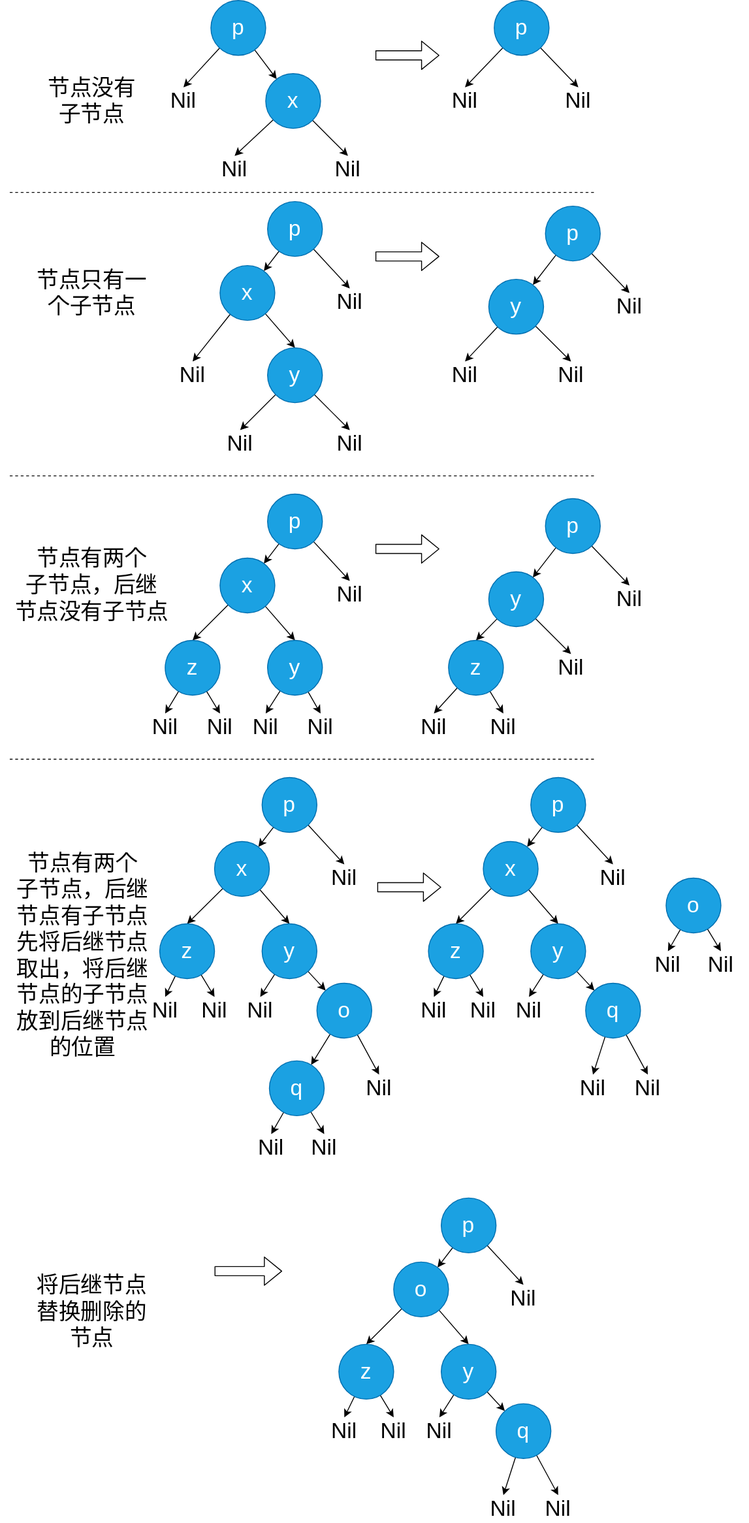
whlit/whlit.github.io keeps this draw.io diagram as docs/data-structure/images/binary-search-tree/delete.drawio.svg. Above is the earlier version. Source tidied: cells renumbered, new cells last; positions are measured from the earlier drawing's top-left corner, leaving out a move shared by most shapes.
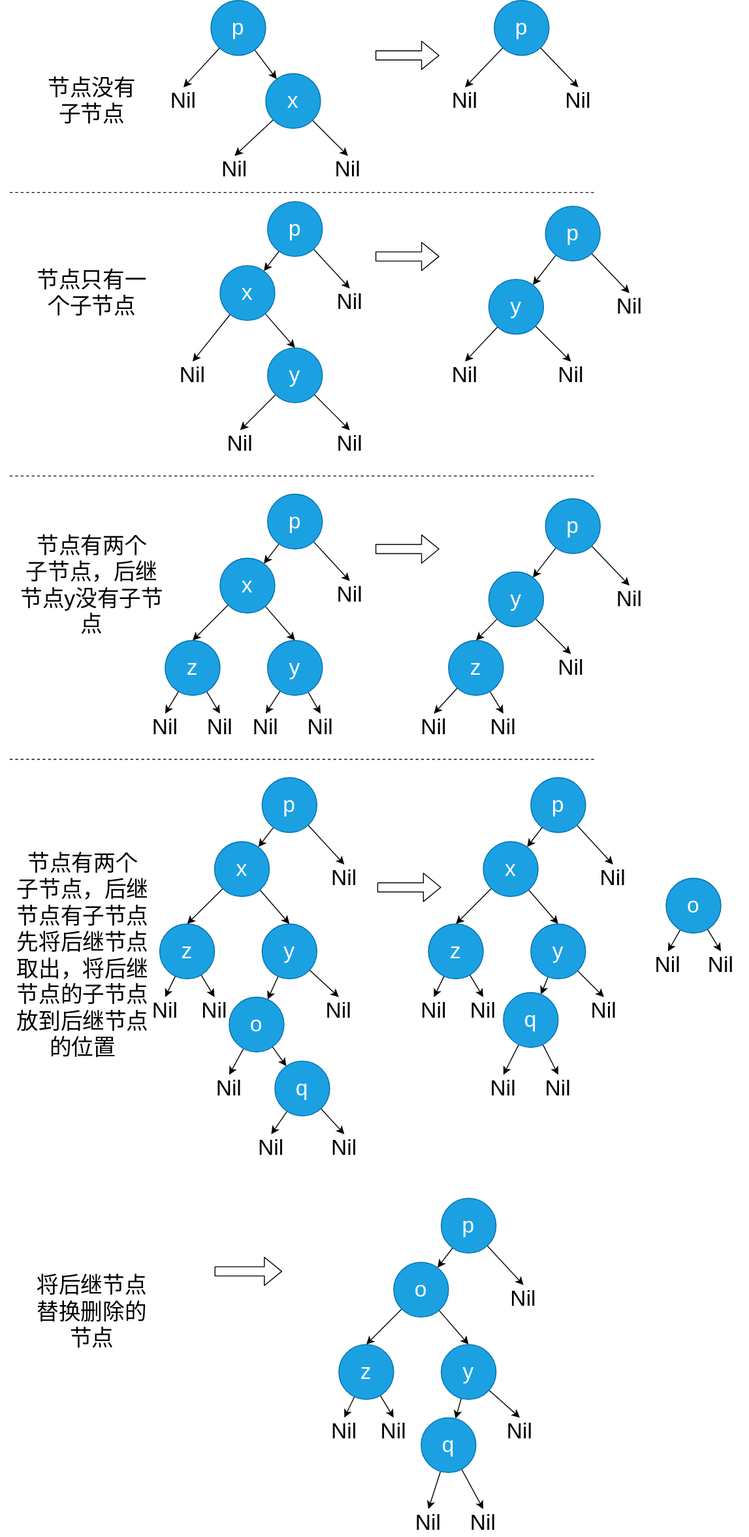
The same file after the commit.

Commit message:
fix: 数据结构-二叉搜索树删除节点的后继节点判断

What changed in the source:
```diff
@@ -249,7 +249,7 @@
       <mxGeometry x="234" y="920" width="60" height="60" as="geometry" />
     </mxCell>
     <mxCell id="79" value="Nil" style="text;html=1;strokeColor=none;fillColor=none;align=center;verticalAlign=middle;whiteSpace=wrap;rounded=0;fontSize=24;" parent="1" vertex="1">
-      <mxGeometry x="254" y="1090" width="60" height="30" as="geometry" />
+      <mxGeometry x="340" y="1090" width="60" height="30" as="geometry" />
     </mxCell>
     <mxCell id="80" value="Nil" style="text;html=1;strokeColor=none;fillColor=none;align=center;verticalAlign=middle;whiteSpace=wrap;rounded=0;fontSize=24;" parent="1" vertex="1">
       <mxGeometry x="346" y="945" width="60" height="30" as="geometry" />
@@ -291,10 +291,10 @@
       <mxGeometry relative="1" as="geometry" />
     </mxCell>
     <mxCell id="92" value="o" style="ellipse;whiteSpace=wrap;html=1;fillColor=#1ba1e2;fontColor=#ffffff;strokeColor=#006EAF;fontSize=24;" parent="1" vertex="1">
-      <mxGeometry x="346" y="1075" width="60" height="60" as="geometry" />
+      <mxGeometry x="250" y="1090" width="60" height="60" as="geometry" />
     </mxCell>
     <mxCell id="93" value="Nil" style="text;html=1;strokeColor=none;fillColor=none;align=center;verticalAlign=middle;whiteSpace=wrap;rounded=0;fontSize=24;" parent="1" vertex="1">
-      <mxGeometry x="384" y="1175" width="60" height="30" as="geometry" />
+      <mxGeometry x="220" y="1175" width="60" height="30" as="geometry" />
     </mxCell>
     <mxCell id="94" style="shape=flexArrow;endArrow=classic;html=1;fontSize=24;" parent="1" edge="1">
       <mxGeometry relative="1" as="geometry">
@@ -309,13 +309,13 @@
       <mxGeometry relative="1" as="geometry" />
     </mxCell>
     <mxCell id="97" value="q" style="ellipse;whiteSpace=wrap;html=1;fillColor=#1ba1e2;fontColor=#ffffff;strokeColor=#006EAF;fontSize=24;" parent="1" vertex="1">
-      <mxGeometry x="294" y="1160" width="60" height="60" as="geometry" />
+      <mxGeometry x="300" y="1160" width="60" height="60" as="geometry" />
     </mxCell>
     <mxCell id="98" value="Nil" style="text;html=1;strokeColor=none;fillColor=none;align=center;verticalAlign=middle;whiteSpace=wrap;rounded=0;fontSize=24;" parent="1" vertex="1">
       <mxGeometry x="266" y="1240" width="60" height="30" as="geometry" />
     </mxCell>
     <mxCell id="99" value="Nil" style="text;html=1;strokeColor=none;fillColor=none;align=center;verticalAlign=middle;whiteSpace=wrap;rounded=0;fontSize=24;" parent="1" vertex="1">
-      <mxGeometry x="324" y="1240" width="60" height="30" as="geometry" />
+      <mxGeometry x="346" y="1240" width="60" height="30" as="geometry" />
     </mxCell>
     <mxCell id="100" style="edgeStyle=none;html=1;fontSize=24;" parent="1" edge="1" source="102" target="105">
       <mxGeometry relative="1" as="geometry" />
@@ -336,7 +336,7 @@
       <mxGeometry x="528" y="920" width="60" height="60" as="geometry" />
     </mxCell>
     <mxCell id="106" value="Nil" style="text;html=1;strokeColor=none;fillColor=none;align=center;verticalAlign=middle;whiteSpace=wrap;rounded=0;fontSize=24;" parent="1" vertex="1">
-      <mxGeometry x="548" y="1090" width="60" height="30" as="geometry" />
+      <mxGeometry x="630" y="1090" width="60" height="30" as="geometry" />
     </mxCell>
     <mxCell id="107" value="Nil" style="text;html=1;strokeColor=none;fillColor=none;align=center;verticalAlign=middle;whiteSpace=wrap;rounded=0;fontSize=24;" parent="1" vertex="1">
       <mxGeometry x="640" y="945" width="60" height="30" as="geometry" />
@@ -372,10 +372,10 @@
       <mxGeometry relative="1" as="geometry" />
     </mxCell>
     <mxCell id="118" value="q" style="ellipse;whiteSpace=wrap;html=1;fillColor=#1ba1e2;fontColor=#ffffff;strokeColor=#006EAF;fontSize=24;" parent="1" vertex="1">
-      <mxGeometry x="640" y="1075" width="60" height="60" as="geometry" />
+      <mxGeometry x="550" y="1085" width="60" height="60" as="geometry" />
     </mxCell>
     <mxCell id="119" value="Nil" style="text;html=1;strokeColor=none;fillColor=none;align=center;verticalAlign=middle;whiteSpace=wrap;rounded=0;fontSize=24;" parent="1" vertex="1">
-      <mxGeometry x="678" y="1175" width="60" height="30" as="geometry" />
+      <mxGeometry x="580" y="1175" width="60" height="30" as="geometry" />
     </mxCell>
     <mxCell id="120" style="edgeStyle=none;html=1;fontSize=24;entryX=0.5;entryY=0;entryDx=0;entryDy=0;" parent="1" edge="1" source="122" target="123">
       <mxGeometry relative="1" as="geometry" />
@@ -399,7 +399,7 @@
       </mxGeometry>
     </mxCell>
     <mxCell id="126" value="Nil" style="text;html=1;strokeColor=none;fillColor=none;align=center;verticalAlign=middle;whiteSpace=wrap;rounded=0;fontSize=24;" parent="1" vertex="1">
-      <mxGeometry x="618" y="1175" width="60" height="30" as="geometry" />
+      <mxGeometry x="520" y="1175" width="60" height="30" as="geometry" />
     </mxCell>
     <mxCell id="127" style="edgeStyle=none;html=1;fontSize=24;" parent="1" edge="1" source="129" target="132">
       <mxGeometry relative="1" as="geometry" />
@@ -420,7 +420,7 @@
       <mxGeometry x="430" y="1380" width="60" height="60" as="geometry" />
     </mxCell>
     <mxCell id="133" value="Nil" style="text;html=1;strokeColor=none;fillColor=none;align=center;verticalAlign=middle;whiteSpace=wrap;rounded=0;fontSize=24;" parent="1" vertex="1">
-      <mxGeometry x="450" y="1550" width="60" height="30" as="geometry" />
+      <mxGeometry x="538" y="1550" width="60" height="30" as="geometry" />
     </mxCell>
     <mxCell id="134" value="Nil" style="text;html=1;strokeColor=none;fillColor=none;align=center;verticalAlign=middle;whiteSpace=wrap;rounded=0;fontSize=24;" parent="1" vertex="1">
       <mxGeometry x="542" y="1405" width="60" height="30" as="geometry" />
@@ -456,13 +456,13 @@
       <mxGeometry relative="1" as="geometry" />
     </mxCell>
     <mxCell id="145" value="q" style="ellipse;whiteSpace=wrap;html=1;fillColor=#1ba1e2;fontColor=#ffffff;strokeColor=#006EAF;fontSize=24;" parent="1" vertex="1">
-      <mxGeometry x="542" y="1535" width="60" height="60" as="geometry" />
+      <mxGeometry x="460" y="1550" width="60" height="60" as="geometry" />
     </mxCell>
     <mxCell id="146" value="Nil" style="text;html=1;strokeColor=none;fillColor=none;align=center;verticalAlign=middle;whiteSpace=wrap;rounded=0;fontSize=24;" parent="1" vertex="1">
-      <mxGeometry x="580" y="1635" width="60" height="30" as="geometry" />
+      <mxGeometry x="498" y="1650" width="60" height="30" as="geometry" />
     </mxCell>
     <mxCell id="147" value="Nil" style="text;html=1;strokeColor=none;fillColor=none;align=center;verticalAlign=middle;whiteSpace=wrap;rounded=0;fontSize=24;" parent="1" vertex="1">
-      <mxGeometry x="520" y="1635" width="60" height="30" as="geometry" />
+      <mxGeometry x="438" y="1650" width="60" height="30" as="geometry" />
     </mxCell>
     <mxCell id="148" value="节点没有&lt;br&gt;子节点" style="text;html=1;strokeColor=none;fillColor=none;align=center;verticalAlign=middle;whiteSpace=wrap;rounded=0;fontSize=24;" parent="1" vertex="1">
       <mxGeometry x="10" y="95" width="180" height="30" as="geometry" />
@@ -470,7 +470,7 @@
     <mxCell id="149" value="节点只有一&lt;br&gt;个子节点" style="text;html=1;strokeColor=none;fillColor=none;align=center;verticalAlign=middle;whiteSpace=wrap;rounded=0;fontSize=24;" parent="1" vertex="1">
       <mxGeometry x="10" y="305" width="180" height="30" as="geometry" />
     </mxCell>
-    <mxCell id="150" value="节点有两个&lt;br&gt;子节点，后继&lt;br&gt;节点没有子节点" style="text;html=1;strokeColor=none;fillColor=none;align=center;verticalAlign=middle;whiteSpace=wrap;rounded=0;fontSize=24;" parent="1" vertex="1">
+    <mxCell id="150" value="节点有两个&lt;br&gt;子节点，后继&lt;br&gt;节点y没有子节点" style="text;html=1;strokeColor=none;fillColor=none;align=center;verticalAlign=middle;whiteSpace=wrap;rounded=0;fontSize=24;" parent="1" vertex="1">
       <mxGeometry x="10" y="625" width="180" height="30" as="geometry" />
     </mxCell>
     <mxCell id="151" value="节点有两个&lt;br&gt;子节点，后继&lt;br&gt;节点有子节点&lt;br&gt;先将后继节点&lt;br&gt;取出，将后继&lt;br&gt;节点的子节点&lt;br&gt;放到后继节点&lt;br&gt;的位置" style="text;html=1;strokeColor=none;fillColor=none;align=center;verticalAlign=middle;whiteSpace=wrap;rounded=0;fontSize=24;" parent="1" vertex="1">
```
